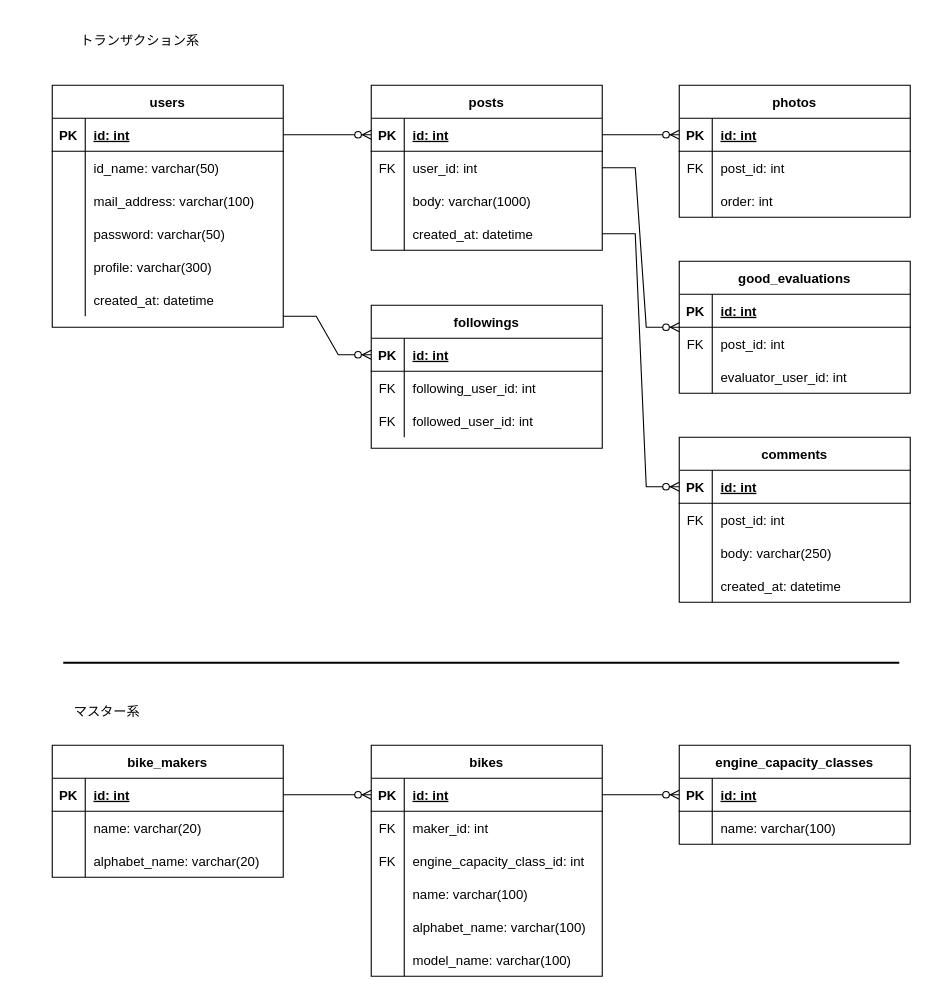
The draw.io diagram er_diagram.drawio in takumi-kawaguchi/bike_sns, before the edit. Source tidied: cells renumbered, new cells numbered last; positions are measured from the earlier drawing's top-left corner, leaving out a move shared by most shapes. Both pictures are drawn from the tidied source at 110%, with x=0, y=0 at pixel (19, 19).
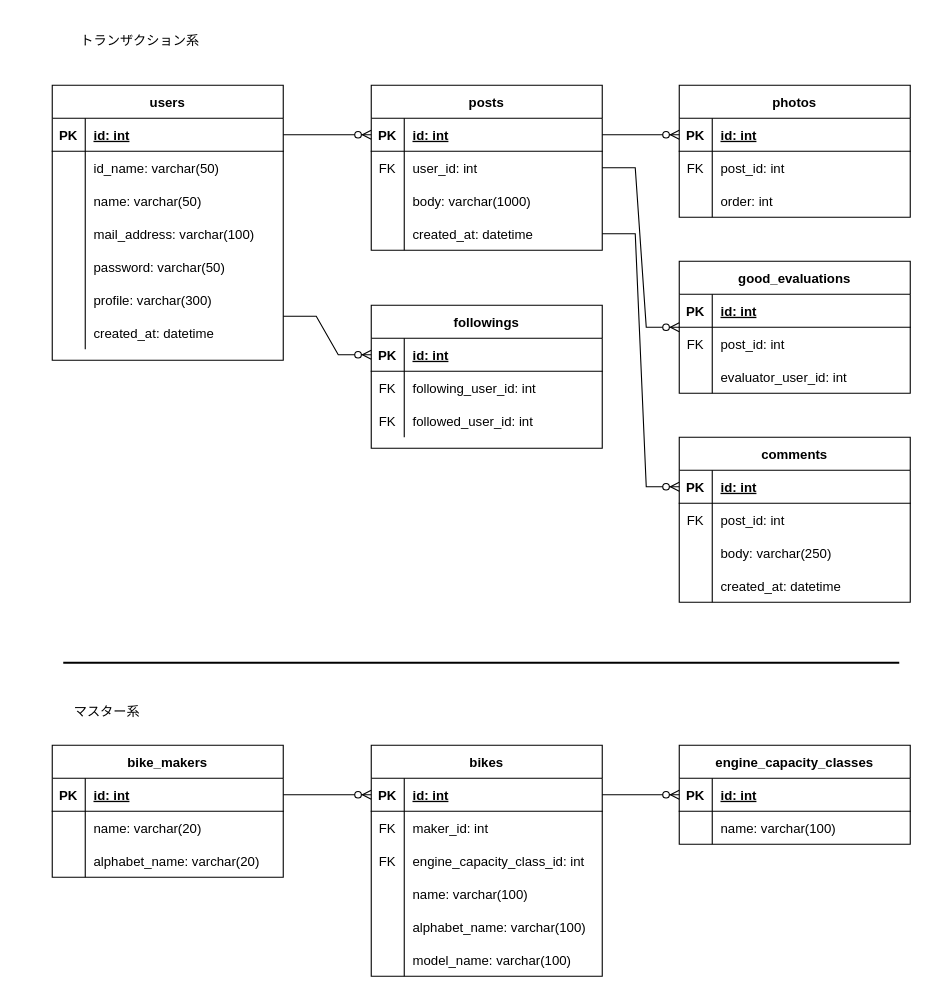
The same diagram, later.

Commit message:
[update]users.nameを追加

Change to the diagram source:
```diff
@@
     <mxCell id="2" value="users" style="shape=table;startSize=30;childLayout=tableLayout;rowLines=0;fontStyle=1;align=center;" parent="1" vertex="1">
-      <mxGeometry x="30" y="60" width="210" height="220" as="geometry" />
+      <mxGeometry x="30" y="60" width="210" height="250" as="geometry" />
     </mxCell>
@@
+    <mxCell id="123" style="shape=partialRectangle;fillColor=none;top=0;left=0;bottom=0;right=0;" parent="2" vertex="1">
+      <mxGeometry y="90" width="210" height="30" as="geometry" />
+    </mxCell>
+    <mxCell id="124" style="shape=partialRectangle;fillColor=none;top=0;left=0;bottom=0;right=0;overflow=hidden;" parent="123" vertex="1">
+      <mxGeometry width="30" height="30" as="geometry" />
+    </mxCell>
+    <mxCell id="125" value="name: varchar(50)" style="shape=partialRectangle;fillColor=none;top=0;left=0;bottom=0;right=0;align=left;spacingLeft=6;overflow=hidden;" parent="123" vertex="1">
+      <mxGeometry x="30" width="180" height="30" as="geometry" />
+    </mxCell>
     <mxCell id="9" style="shape=partialRectangle;fillColor=none;top=0;left=0;bottom=0;right=0;" parent="2" vertex="1">
-      <mxGeometry y="90" width="210" height="30" as="geometry" />
+      <mxGeometry y="120" width="210" height="30" as="geometry" />
     </mxCell>
@@
     <mxCell id="12" style="shape=partialRectangle;fillColor=none;top=0;left=0;bottom=0;right=0;" parent="2" vertex="1">
-      <mxGeometry y="120" width="210" height="30" as="geometry" />
+      <mxGeometry y="150" width="210" height="30" as="geometry" />
     </mxCell>
@@
     <mxCell id="15" style="shape=partialRectangle;fillColor=none;top=0;left=0;bottom=0;right=0;" parent="2" vertex="1">
-      <mxGeometry y="150" width="210" height="30" as="geometry" />
+      <mxGeometry y="180" width="210" height="30" as="geometry" />
     </mxCell>
@@
     <mxCell id="18" style="shape=partialRectangle;fillColor=none;top=0;left=0;bottom=0;right=0;" parent="2" vertex="1">
-      <mxGeometry y="180" width="210" height="30" as="geometry" />
+      <mxGeometry y="210" width="210" height="30" as="geometry" />
     </mxCell>
```
